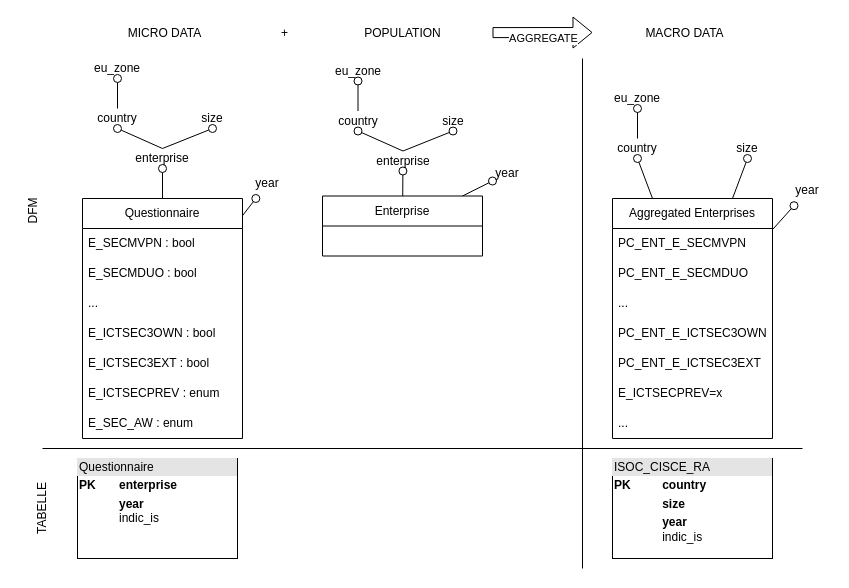
This is page "dfm" (1 of 2) of figures/micro-to-macro.drawio from amanfucci/sistemi-informativi, a draw.io file, before an edit. Source tidied: cells renumbered, new cells numbered last; positions are measured from the earlier drawing's top-left corner, leaving out a move shared by most shapes. Both pictures are drawn from the tidied source at 100%, with x=0, y=0 at pixel (2, 18).
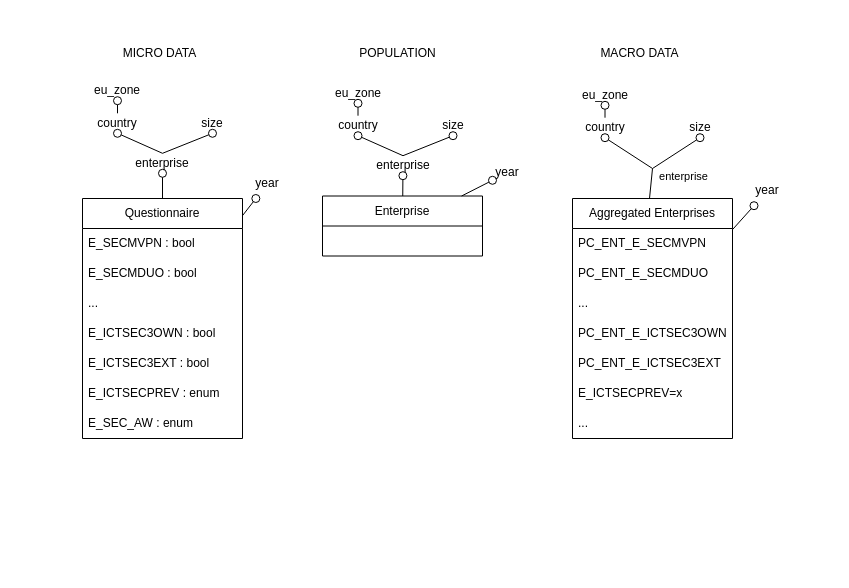
After the change.

What changed in the source:
```diff
@@
     <mxCell id="13" value="enterprise" style="text;html=1;whiteSpace=wrap;strokeColor=none;fillColor=none;align=center;verticalAlign=middle;rounded=0;" parent="1" vertex="1">
-      <mxGeometry x="135" y="130" width="50" height="20" as="geometry" />
+      <mxGeometry x="135" y="134.8" width="50" height="20" as="geometry" />
     </mxCell>
@@
     <mxCell id="17" value="country" style="text;html=1;whiteSpace=wrap;strokeColor=none;fillColor=none;align=center;verticalAlign=middle;rounded=0;" parent="1" vertex="1">
-      <mxGeometry x="90" y="90" width="50" height="20" as="geometry" />
+      <mxGeometry x="90" y="94.8" width="50" height="20" as="geometry" />
     </mxCell>
     <mxCell id="18" value="size" style="text;html=1;whiteSpace=wrap;strokeColor=none;fillColor=none;align=center;verticalAlign=middle;rounded=0;" parent="1" vertex="1">
-      <mxGeometry x="185" y="90" width="50" height="20" as="geometry" />
+      <mxGeometry x="185" y="94.8" width="50" height="20" as="geometry" />
     </mxCell>
     <mxCell id="19" value="eu_zone" style="text;html=1;whiteSpace=wrap;strokeColor=none;fillColor=none;align=center;verticalAlign=middle;rounded=0;" parent="1" vertex="1">
-      <mxGeometry x="90" y="40" width="50" height="20" as="geometry" />
+      <mxGeometry x="90" y="62.2" width="50" height="20" as="geometry" />
     </mxCell>
@@
     <mxCell id="21" value="year" style="text;html=1;whiteSpace=wrap;strokeColor=none;fillColor=none;align=center;verticalAlign=middle;rounded=0;" parent="1" vertex="1">
-      <mxGeometry x="490" y="140" width="30" height="30" as="geometry" />
+      <mxGeometry x="490" y="139.2" width="30" height="30" as="geometry" />
     </mxCell>
@@
-    <mxCell id="23" style="shape=flexArrow;endArrow=classic;html=1;rounded=0;" parent="1" edge="1">
-      <mxGeometry relative="1" as="geometry">
-        <mxPoint x="490" y="14.1" as="sourcePoint" />
-        <mxPoint x="590" y="14" as="targetPoint" />
-      </mxGeometry>
-    </mxCell>
-    <mxCell id="24" value="AGGREGATE" style="edgeLabel;html=1;align=center;verticalAlign=middle;" parent="23" vertex="1">
-      <mxGeometry x="-0.01" y="-5" relative="1" as="geometry" />
-    </mxCell>
     <mxCell id="25" value="Aggregated Enterprises" style="swimlane;fontStyle=0;horizontal=1;startSize=30;whiteSpace=wrap;html=1;" parent="1" vertex="1">
-      <mxGeometry x="610" y="180" width="160" height="240" as="geometry" />
+      <mxGeometry x="570" y="180" width="160" height="240" as="geometry" />
     </mxCell>
@@
-    <mxCell id="33" style="rounded=0;jettySize=auto;html=1;exitX=0.25;exitY=0;exitDx=0;exitDy=0;endArrow=oval;endFill=0;entryX=0.5;entryY=1;entryDx=0;entryDy=0;endSize=8;" parent="1" edge="1" source="25" target="38">
-      <mxGeometry relative="1" as="geometry" />
-    </mxCell>
-    <mxCell id="34" style="rounded=0;jettySize=auto;html=1;exitX=0.75;exitY=0;exitDx=0;exitDy=0;entryX=0.5;entryY=1;entryDx=0;entryDy=0;endArrow=oval;endFill=0;endSize=8;" parent="1" edge="1" source="25" target="39">
-      <mxGeometry relative="1" as="geometry" />
-    </mxCell>
     <mxCell id="35" value="year" style="text;html=1;whiteSpace=wrap;strokeColor=none;fillColor=none;align=center;verticalAlign=middle;rounded=0;" parent="1" vertex="1">
-      <mxGeometry x="780" y="157.2" width="50" height="30" as="geometry" />
+      <mxGeometry x="740" y="157.2" width="50" height="30" as="geometry" />
     </mxCell>
@@
-    <mxCell id="37" style="rounded=0;jettySize=auto;html=1;exitX=0.5;exitY=0;exitDx=0;exitDy=0;entryX=0.5;entryY=1;entryDx=0;entryDy=0;endArrow=oval;endFill=0;endSize=8;" parent="1" edge="1" source="38" target="40">
-      <mxGeometry relative="1" as="geometry" />
-    </mxCell>
-    <mxCell id="38" value="country" style="text;html=1;whiteSpace=wrap;strokeColor=none;fillColor=none;align=center;verticalAlign=middle;rounded=0;" parent="1" vertex="1">
-      <mxGeometry x="610" y="120" width="50" height="20" as="geometry" />
-    </mxCell>
-    <mxCell id="39" value="size" style="text;html=1;whiteSpace=wrap;strokeColor=none;fillColor=none;align=center;verticalAlign=middle;rounded=0;" parent="1" vertex="1">
-      <mxGeometry x="720" y="120" width="50" height="20" as="geometry" />
-    </mxCell>
-    <mxCell id="40" value="eu_zone" style="text;html=1;whiteSpace=wrap;strokeColor=none;fillColor=none;align=center;verticalAlign=middle;rounded=0;" parent="1" vertex="1">
-      <mxGeometry x="610" y="70" width="50" height="20" as="geometry" />
-    </mxCell>
     <mxCell id="41" value="MICRO DATA" style="text;html=1;whiteSpace=wrap;strokeColor=none;fillColor=none;align=center;verticalAlign=middle;rounded=0;" parent="1" vertex="1">
-      <mxGeometry x="120" y="-0.5" width="85" height="30" as="geometry" />
+      <mxGeometry x="115" y="20" width="85" height="30" as="geometry" />
     </mxCell>
     <mxCell id="42" value="MACRO DATA" style="text;html=1;whiteSpace=wrap;strokeColor=none;fillColor=none;align=center;verticalAlign=middle;rounded=0;" parent="1" vertex="1">
-      <mxGeometry x="640" y="-0.5" width="85" height="30" as="geometry" />
+      <mxGeometry x="595" y="20" width="85" height="30" as="geometry" />
     </mxCell>
     <mxCell id="43" value="POPULATION" style="text;html=1;whiteSpace=wrap;strokeColor=none;fillColor=none;align=center;verticalAlign=middle;rounded=0;" parent="1" vertex="1">
-      <mxGeometry x="358" y="-0.5" width="85" height="30" as="geometry" />
+      <mxGeometry x="353" y="20" width="85" height="30" as="geometry" />
     </mxCell>
-    <mxCell id="44" value="+" style="text;html=1;whiteSpace=wrap;strokeColor=none;fillColor=none;align=center;verticalAlign=middle;rounded=0;" parent="1" vertex="1">
-      <mxGeometry x="240" y="-0.5" width="85" height="30" as="geometry" />
-    </mxCell>
@@
     <mxCell id="48" value="enterprise" style="text;html=1;whiteSpace=wrap;strokeColor=none;fillColor=none;align=center;verticalAlign=middle;rounded=0;" parent="1" vertex="1">
-      <mxGeometry x="375.5" y="132.5" width="50" height="20" as="geometry" />
+      <mxGeometry x="375.5" y="137.2" width="50" height="20" as="geometry" />
     </mxCell>
@@
     <mxCell id="50" value="country" style="text;html=1;whiteSpace=wrap;strokeColor=none;fillColor=none;align=center;verticalAlign=middle;rounded=0;" parent="1" vertex="1">
-      <mxGeometry x="330.5" y="92.5" width="50" height="20" as="geometry" />
+      <mxGeometry x="330.5" y="97.2" width="50" height="20" as="geometry" />
     </mxCell>
     <mxCell id="51" value="size" style="text;html=1;whiteSpace=wrap;strokeColor=none;fillColor=none;align=center;verticalAlign=middle;rounded=0;" parent="1" vertex="1">
-      <mxGeometry x="425.5" y="92.5" width="50" height="20" as="geometry" />
+      <mxGeometry x="425.5" y="97.2" width="50" height="20" as="geometry" />
     </mxCell>
     <mxCell id="52" value="eu_zone" style="text;html=1;whiteSpace=wrap;strokeColor=none;fillColor=none;align=center;verticalAlign=middle;rounded=0;" parent="1" vertex="1">
-      <mxGeometry x="330.5" y="42.5" width="50" height="20" as="geometry" />
+      <mxGeometry x="330.5" y="64.8" width="50" height="20" as="geometry" />
     </mxCell>
-    <mxCell id="53" value="&lt;div style=&quot;box-sizing:border-box;width:100%;background:#e4e4e4;padding:2px;&quot;&gt;ISOC_CISCE_RA&lt;/div&gt;&lt;table style=&quot;width:100%;font-size:1em;&quot; cellpadding=&quot;2&quot; cellspacing=&quot;0&quot;&gt;&lt;tbody&gt;&lt;tr&gt;&lt;td&gt;&lt;b&gt;PK&lt;/b&gt;&lt;/td&gt;&lt;td&gt;&lt;b&gt;country&lt;/b&gt;&lt;/td&gt;&lt;/tr&gt;&lt;tr&gt;&lt;td&gt;&lt;b&gt;&lt;br&gt;&lt;/b&gt;&lt;/td&gt;&lt;td&gt;&lt;b&gt;size&lt;/b&gt;&lt;/td&gt;&lt;/tr&gt;&lt;tr&gt;&lt;td&gt;&lt;/td&gt;&lt;td&gt;&lt;b&gt;year&lt;/b&gt;&lt;br&gt;indic_is&lt;br&gt;&lt;/td&gt;&lt;/tr&gt;&lt;/tbody&gt;&lt;/table&gt;" style="verticalAlign=top;align=left;overflow=fill;html=1;whiteSpace=wrap;" parent="1" vertex="1">
-      <mxGeometry x="610" y="440" width="160" height="100" as="geometry" />
-    </mxCell>
-    <mxCell id="54" style="endArrow=none;html=1;rounded=0;" parent="1" edge="1">
-      <mxGeometry relative="1" as="geometry">
-        <mxPoint x="40" y="430" as="sourcePoint" />
-        <mxPoint x="800" y="430" as="targetPoint" />
-      </mxGeometry>
-    </mxCell>
-    <mxCell id="55" style="endArrow=none;html=1;rounded=0;" parent="1" edge="1">
-      <mxGeometry relative="1" as="geometry">
-        <mxPoint x="580" y="550" as="sourcePoint" />
-        <mxPoint x="580" y="40" as="targetPoint" />
-      </mxGeometry>
-    </mxCell>
-    <mxCell id="56" value="DFM" style="text;html=1;whiteSpace=wrap;strokeColor=none;fillColor=none;align=center;verticalAlign=middle;rounded=0;rotation=-90;" parent="1" vertex="1">
-      <mxGeometry y="177.5" width="60" height="30" as="geometry" />
-    </mxCell>
-    <mxCell id="57" value="TABELLE" style="text;html=1;whiteSpace=wrap;strokeColor=none;fillColor=none;align=center;verticalAlign=middle;rounded=0;rotation=-90;" parent="1" vertex="1">
-      <mxGeometry x="10" y="475" width="60" height="30" as="geometry" />
-    </mxCell>
-    <mxCell id="58" value="&lt;div style=&quot;box-sizing:border-box;width:100%;background:#e4e4e4;padding:2px;&quot;&gt;Questionnaire&lt;/div&gt;&lt;table style=&quot;width:100%;font-size:1em;&quot; cellpadding=&quot;2&quot; cellspacing=&quot;0&quot;&gt;&lt;tbody&gt;&lt;tr&gt;&lt;td&gt;&lt;b&gt;PK&lt;/b&gt;&lt;/td&gt;&lt;td&gt;&lt;b&gt;enterprise&lt;/b&gt;&lt;/td&gt;&lt;/tr&gt;&lt;tr&gt;&lt;td&gt;&lt;/td&gt;&lt;td&gt;&lt;b&gt;year&lt;/b&gt;&lt;br&gt;indic_is&lt;br&gt;&lt;/td&gt;&lt;/tr&gt;&lt;/tbody&gt;&lt;/table&gt;" style="verticalAlign=top;align=left;overflow=fill;html=1;whiteSpace=wrap;" parent="1" vertex="1">
-      <mxGeometry x="75" y="440" width="160" height="100" as="geometry" />
-    </mxCell>
+    <mxCell id="59" style="endArrow=none;html=1;rounded=0;startArrow=none;startFill=0;endFill=0;endSize=8;" parent="1" edge="1">
+      <mxGeometry relative="1" as="geometry">
+        <mxPoint x="647" y="180" as="sourcePoint" />
+        <mxPoint x="650" y="150" as="targetPoint" />
+      </mxGeometry>
+    </mxCell>
+    <mxCell id="60" value="enterprise" style="edgeLabel;html=1;align=center;verticalAlign=middle;" parent="59" vertex="1">
+      <mxGeometry x="-0.05" y="2" relative="1" as="geometry">
+        <mxPoint x="34" y="-8" as="offset" />
+      </mxGeometry>
+    </mxCell>
+    <mxCell id="61" style="rounded=0;jettySize=auto;html=1;endArrow=oval;endFill=0;entryX=0.5;entryY=1;entryDx=0;entryDy=0;endSize=8;" parent="1" edge="1" target="38">
+      <mxGeometry relative="1" as="geometry">
+        <mxPoint x="650" y="150" as="sourcePoint" />
+      </mxGeometry>
+    </mxCell>
+    <mxCell id="62" style="rounded=0;jettySize=auto;html=1;entryX=0.5;entryY=1;entryDx=0;entryDy=0;endArrow=oval;endFill=0;endSize=8;" parent="1" edge="1" target="39">
+      <mxGeometry relative="1" as="geometry">
+        <mxPoint x="650" y="150" as="sourcePoint" />
+      </mxGeometry>
+    </mxCell>
+    <mxCell id="37" style="rounded=0;jettySize=auto;html=1;exitX=0.5;exitY=0;exitDx=0;exitDy=0;entryX=0.5;entryY=1;entryDx=0;entryDy=0;endArrow=oval;endFill=0;endSize=8;" parent="1" edge="1" source="38" target="40">
+      <mxGeometry relative="1" as="geometry" />
+    </mxCell>
+    <mxCell id="38" value="country" style="text;html=1;whiteSpace=wrap;strokeColor=none;fillColor=none;align=center;verticalAlign=middle;rounded=0;" parent="1" vertex="1">
+      <mxGeometry x="577.5" y="99.2" width="50" height="20" as="geometry" />
+    </mxCell>
+    <mxCell id="39" value="size" style="text;html=1;whiteSpace=wrap;strokeColor=none;fillColor=none;align=center;verticalAlign=middle;rounded=0;" parent="1" vertex="1">
+      <mxGeometry x="672.5" y="99.2" width="50" height="20" as="geometry" />
+    </mxCell>
+    <mxCell id="40" value="eu_zone" style="text;html=1;whiteSpace=wrap;strokeColor=none;fillColor=none;align=center;verticalAlign=middle;rounded=0;" parent="1" vertex="1">
+      <mxGeometry x="577.5" y="66.8" width="50" height="20" as="geometry" />
+    </mxCell>
```
